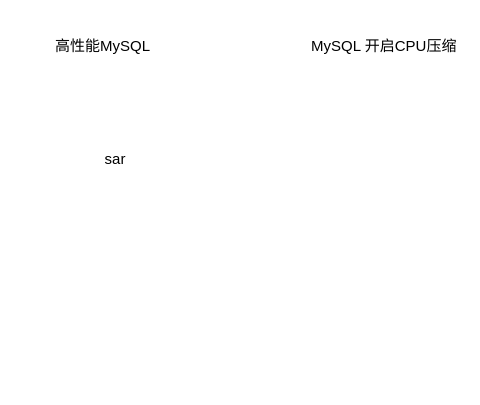
Earlier version of the draw.io diagram Trick.drawio (haoboliu66/Diagram). Source tidied: cells renumbered, new cells numbered last; positions are measured from the earlier drawing's top-left corner, leaving out a move shared by most shapes. Both pictures are drawn from the tidied source at 125%, with x=0, y=0 at pixel (21, 21).
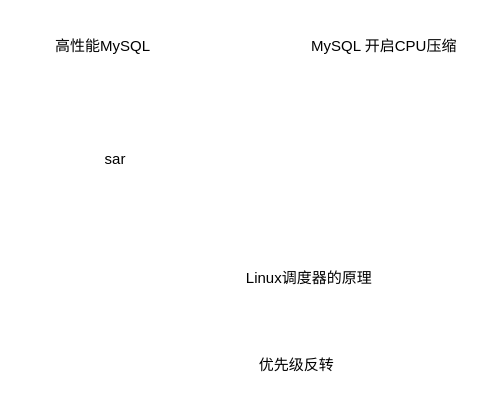
The same page after the edit.

Diff of the diagram source:
```diff
@@
 <mxGraphModel>
   <root>
     <mxCell id="0" />
     <mxCell id="1" parent="0" />
     <mxCell id="2" value="sar" style="text;html=1;strokeColor=none;fillColor=none;align=center;verticalAlign=middle;whiteSpace=wrap;rounded=0;" parent="1" vertex="1">
       <mxGeometry x="50" y="100" width="50" height="20" as="geometry" />
     </mxCell>
     <mxCell id="3" value="高性能MySQL" style="text;html=1;strokeColor=none;fillColor=none;align=center;verticalAlign=middle;whiteSpace=wrap;rounded=0;" parent="1" vertex="1">
       <mxGeometry width="130" height="40" as="geometry" />
     </mxCell>
     <mxCell id="4" value="MySQL 开启CPU压缩" style="text;html=1;strokeColor=none;fillColor=none;align=center;verticalAlign=middle;whiteSpace=wrap;rounded=0;" parent="1" vertex="1">
       <mxGeometry x="230" y="5" width="120" height="30" as="geometry" />
     </mxCell>
+    <mxCell id="5" value="优先级反转" style="text;html=1;strokeColor=none;fillColor=none;align=center;verticalAlign=middle;whiteSpace=wrap;rounded=0;" parent="1" vertex="1">
+      <mxGeometry x="160" y="260" width="120" height="30" as="geometry" />
+    </mxCell>
+    <mxCell id="6" value="Linux调度器的原理" style="text;html=1;strokeColor=none;fillColor=none;align=center;verticalAlign=middle;whiteSpace=wrap;rounded=0;" parent="1" vertex="1">
+      <mxGeometry x="170" y="190" width="120" height="30" as="geometry" />
+    </mxCell>
   </root>
 </mxGraphModel>
```
